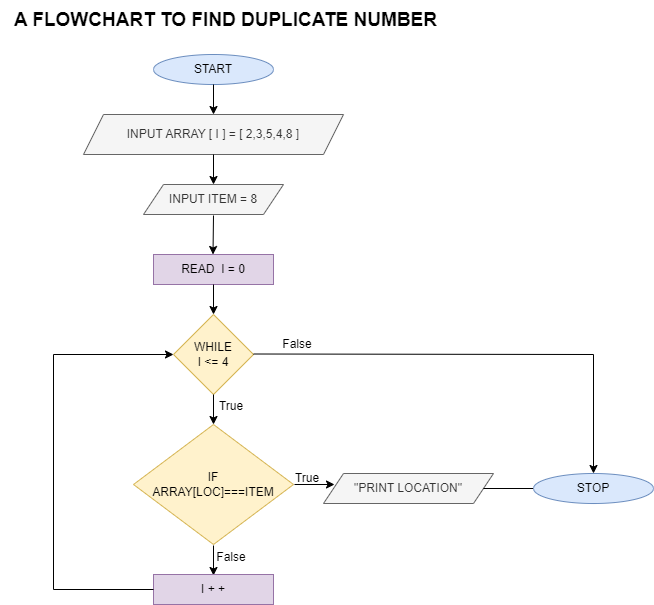
Before: shubhamk-Assign-03/Duplicate/duplicateFlowchart.png, a diagram exported from draw.io (careerinfotech10/algo). Source tidied: cells renumbered, new cells last; positions are measured from the earlier drawing's top-left corner, leaving out a move shared by most shapes. Its diagram source:
```xml
<mxGraphModel>
  <root>
    <mxCell id="0" />
    <mxCell id="1" parent="0" />
    <mxCell id="2" value="START" style="ellipse;whiteSpace=wrap;html=1;fillColor=#dae8fc;strokeColor=#6c8ebf;" parent="1" vertex="1">
      <mxGeometry x="153" y="54" width="120" height="30" as="geometry" />
    </mxCell>
    <mxCell id="3" style="endArrow=classic;html=1;rounded=0;exitX=0.5;exitY=1;exitDx=0;exitDy=0;" parent="1" edge="1" source="2">
      <mxGeometry relative="1" as="geometry">
        <mxPoint x="213" y="114" as="targetPoint" />
      </mxGeometry>
    </mxCell>
    <mxCell id="4" value="INPUT ARRAY [ I ] = [ 2,3,5,4,8 ]" style="shape=parallelogram;perimeter=parallelogramPerimeter;whiteSpace=wrap;html=1;fixedSize=1;fillColor=#f5f5f5;fontColor=#333333;strokeColor=#666666;" parent="1" vertex="1">
      <mxGeometry x="83" y="114" width="260" height="40" as="geometry" />
    </mxCell>
    <mxCell id="5" style="endArrow=classic;html=1;rounded=0;exitX=0.5;exitY=1;exitDx=0;exitDy=0;" parent="1" edge="1">
      <mxGeometry relative="1" as="geometry">
        <mxPoint x="213" y="154" as="sourcePoint" />
        <mxPoint x="213" y="184" as="targetPoint" />
      </mxGeometry>
    </mxCell>
    <mxCell id="6" value="IF &lt;br&gt;ARRAY[LOC]===ITEM" style="rhombus;whiteSpace=wrap;html=1;fillColor=#fff2cc;strokeColor=#d6b656;" parent="1" vertex="1">
      <mxGeometry x="133" y="424" width="160" height="120" as="geometry" />
    </mxCell>
    <mxCell id="7" style="endArrow=classic;html=1;rounded=0;exitX=0.5;exitY=1;exitDx=0;exitDy=0;" parent="1" edge="1">
      <mxGeometry relative="1" as="geometry">
        <mxPoint x="213" y="545" as="sourcePoint" />
        <mxPoint x="213" y="575" as="targetPoint" />
      </mxGeometry>
    </mxCell>
    <mxCell id="8" style="endArrow=classic;html=1;rounded=0;exitX=0.5;exitY=1;exitDx=0;exitDy=0;" parent="1" edge="1">
      <mxGeometry relative="1" as="geometry">
        <mxPoint x="294" y="484" as="sourcePoint" />
        <mxPoint x="334" y="484" as="targetPoint" />
      </mxGeometry>
    </mxCell>
    <mxCell id="9" value="&quot;PRINT LOCATION&quot;" style="shape=parallelogram;perimeter=parallelogramPerimeter;whiteSpace=wrap;html=1;fixedSize=1;fillColor=#f5f5f5;fontColor=#333333;strokeColor=#666666;" parent="1" vertex="1">
      <mxGeometry x="323" y="473" width="170" height="30" as="geometry" />
    </mxCell>
    <mxCell id="10" value="READ&amp;nbsp; I = 0" style="rounded=0;whiteSpace=wrap;html=1;fillColor=#e1d5e7;strokeColor=#9673a6;" parent="1" vertex="1">
      <mxGeometry x="153" y="254" width="120" height="30" as="geometry" />
    </mxCell>
    <mxCell id="11" style="endArrow=classic;html=1;rounded=0;exitX=0.5;exitY=1;exitDx=0;exitDy=0;" parent="1" edge="1">
      <mxGeometry relative="1" as="geometry">
        <mxPoint x="213" y="284" as="sourcePoint" />
        <mxPoint x="213" y="314" as="targetPoint" />
      </mxGeometry>
    </mxCell>
    <mxCell id="12" value="WHILE&lt;br&gt;I &amp;lt;= 4" style="rhombus;whiteSpace=wrap;html=1;fillColor=#fff2cc;strokeColor=#d6b656;" parent="1" vertex="1">
      <mxGeometry x="173" y="314" width="80" height="80" as="geometry" />
    </mxCell>
    <mxCell id="13" style="endArrow=classic;html=1;rounded=0;exitX=0.5;exitY=1;exitDx=0;exitDy=0;" parent="1" edge="1">
      <mxGeometry relative="1" as="geometry">
        <mxPoint x="213" y="394" as="sourcePoint" />
        <mxPoint x="213" y="424" as="targetPoint" />
      </mxGeometry>
    </mxCell>
    <mxCell id="14" value="I + +" style="rounded=0;whiteSpace=wrap;html=1;fillColor=#e1d5e7;strokeColor=#9673a6;" parent="1" vertex="1">
      <mxGeometry x="153" y="574" width="120" height="30" as="geometry" />
    </mxCell>
    <mxCell id="15" style="endArrow=classic;html=1;rounded=0;exitX=0.5;exitY=1;exitDx=0;exitDy=0;" parent="1" edge="1">
      <mxGeometry relative="1" as="geometry">
        <mxPoint x="213" y="215" as="sourcePoint" />
        <mxPoint x="212.5" y="254" as="targetPoint" />
      </mxGeometry>
    </mxCell>
    <mxCell id="16" value="True" style="text;html=1;strokeColor=none;fillColor=none;align=center;verticalAlign=middle;whiteSpace=wrap;rounded=0;" parent="1" vertex="1">
      <mxGeometry x="201" y="391" width="60" height="30" as="geometry" />
    </mxCell>
    <mxCell id="17" value="True" style="text;html=1;strokeColor=none;fillColor=none;align=center;verticalAlign=middle;whiteSpace=wrap;rounded=0;" parent="1" vertex="1">
      <mxGeometry x="277" y="463" width="60" height="30" as="geometry" />
    </mxCell>
    <mxCell id="18" value="False" style="text;html=1;strokeColor=none;fillColor=none;align=center;verticalAlign=middle;whiteSpace=wrap;rounded=0;" parent="1" vertex="1">
      <mxGeometry x="201" y="542" width="60" height="30" as="geometry" />
    </mxCell>
    <mxCell id="19" style="endArrow=none;html=1;rounded=0;exitX=0;exitY=0.5;exitDx=0;exitDy=0;" parent="1" edge="1" source="14">
      <mxGeometry relative="1" as="geometry">
        <mxPoint x="53" y="589" as="targetPoint" />
      </mxGeometry>
    </mxCell>
    <mxCell id="20" style="endArrow=none;html=1;rounded=0;" parent="1" edge="1">
      <mxGeometry relative="1" as="geometry">
        <mxPoint x="53" y="589" as="sourcePoint" />
        <mxPoint x="53" y="354" as="targetPoint" />
      </mxGeometry>
    </mxCell>
    <mxCell id="21" style="endArrow=classic;html=1;rounded=0;entryX=0;entryY=0.5;entryDx=0;entryDy=0;" parent="1" edge="1" target="12">
      <mxGeometry relative="1" as="geometry">
        <mxPoint x="53" y="354" as="sourcePoint" />
      </mxGeometry>
    </mxCell>
    <mxCell id="22" style="endArrow=classic;html=1;rounded=0;entryX=0.5;entryY=0;entryDx=0;entryDy=0;" parent="1" edge="1" target="24">
      <mxGeometry relative="1" as="geometry">
        <mxPoint x="593" y="354" as="sourcePoint" />
      </mxGeometry>
    </mxCell>
    <mxCell id="23" style="endArrow=none;html=1;rounded=0;exitX=1;exitY=0.5;exitDx=0;exitDy=0;" parent="1" edge="1" source="9">
      <mxGeometry relative="1" as="geometry">
        <mxPoint x="533" y="488" as="targetPoint" />
      </mxGeometry>
    </mxCell>
    <mxCell id="24" value="STOP" style="ellipse;whiteSpace=wrap;html=1;fillColor=#dae8fc;strokeColor=#6c8ebf;" parent="1" vertex="1">
      <mxGeometry x="533" y="473" width="120" height="30" as="geometry" />
    </mxCell>
    <mxCell id="25" value="False" style="text;html=1;strokeColor=none;fillColor=none;align=center;verticalAlign=middle;whiteSpace=wrap;rounded=0;" parent="1" vertex="1">
      <mxGeometry x="267" y="329" width="60" height="30" as="geometry" />
    </mxCell>
    <mxCell id="26" value="INPUT ITEM = 8" style="shape=parallelogram;perimeter=parallelogramPerimeter;whiteSpace=wrap;html=1;fixedSize=1;fillColor=#f5f5f5;fontColor=#333333;strokeColor=#666666;" parent="1" vertex="1">
      <mxGeometry x="143" y="184" width="140" height="30" as="geometry" />
    </mxCell>
    <mxCell id="27" style="endArrow=none;html=1;rounded=0;" parent="1" edge="1">
      <mxGeometry relative="1" as="geometry">
        <mxPoint x="593" y="354" as="sourcePoint" />
        <mxPoint x="253" y="353.5" as="targetPoint" />
      </mxGeometry>
    </mxCell>
    <mxCell id="28" value="&lt;b&gt;&lt;font style=&quot;font-size: 19px;&quot;&gt;A FLOWCHART TO FIND DUPLICATE NUMBER&lt;/font&gt;&lt;/b&gt;" style="text;html=1;align=center;verticalAlign=middle;strokeColor=none;fillColor=none;" parent="1" vertex="1">
      <mxGeometry width="450" height="40" as="geometry" />
    </mxCell>
  </root>
</mxGraphModel>
```
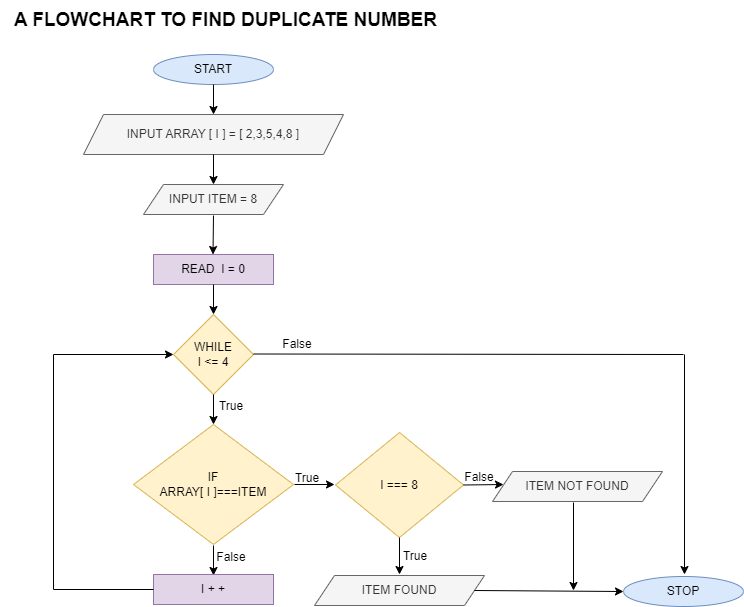
The same diagram one commit later.

Diff of the diagram source:
```diff
@@ -19,7 +19,7 @@
         <mxPoint x="213" y="184" as="targetPoint" />
       </mxGeometry>
     </mxCell>
-    <mxCell id="6" value="IF &lt;br&gt;ARRAY[LOC]===ITEM" style="rhombus;whiteSpace=wrap;html=1;fillColor=#fff2cc;strokeColor=#d6b656;" parent="1" vertex="1">
+    <mxCell id="6" value="IF &lt;br&gt;ARRAY[ I ]===ITEM" style="rhombus;whiteSpace=wrap;html=1;fillColor=#fff2cc;strokeColor=#d6b656;" parent="1" vertex="1">
       <mxGeometry x="133" y="424" width="160" height="120" as="geometry" />
     </mxCell>
     <mxCell id="7" style="endArrow=classic;html=1;rounded=0;exitX=0.5;exitY=1;exitDx=0;exitDy=0;" parent="1" edge="1">
@@ -34,8 +34,8 @@
         <mxPoint x="334" y="484" as="targetPoint" />
       </mxGeometry>
     </mxCell>
-    <mxCell id="9" value="&quot;PRINT LOCATION&quot;" style="shape=parallelogram;perimeter=parallelogramPerimeter;whiteSpace=wrap;html=1;fixedSize=1;fillColor=#f5f5f5;fontColor=#333333;strokeColor=#666666;" parent="1" vertex="1">
-      <mxGeometry x="323" y="473" width="170" height="30" as="geometry" />
+    <mxCell id="9" value="ITEM FOUND" style="shape=parallelogram;perimeter=parallelogramPerimeter;whiteSpace=wrap;html=1;fixedSize=1;fillColor=#f5f5f5;fontColor=#333333;strokeColor=#666666;" parent="1" vertex="1">
+      <mxGeometry x="314" y="575" width="170" height="30" as="geometry" />
     </mxCell>
     <mxCell id="10" value="READ&amp;nbsp; I = 0" style="rounded=0;whiteSpace=wrap;html=1;fillColor=#e1d5e7;strokeColor=#9673a6;" parent="1" vertex="1">
       <mxGeometry x="153" y="254" width="120" height="30" as="geometry" />
@@ -89,18 +89,14 @@
         <mxPoint x="53" y="354" as="sourcePoint" />
       </mxGeometry>
     </mxCell>
-    <mxCell id="22" style="endArrow=classic;html=1;rounded=0;entryX=0.5;entryY=0;entryDx=0;entryDy=0;" parent="1" edge="1" target="24">
+    <mxCell id="22" style="endArrow=classic;html=1;rounded=0;" parent="1" edge="1">
       <mxGeometry relative="1" as="geometry">
-        <mxPoint x="593" y="354" as="sourcePoint" />
+        <mxPoint x="684" y="354" as="sourcePoint" />
+        <mxPoint x="684" y="574" as="targetPoint" />
       </mxGeometry>
     </mxCell>
-    <mxCell id="23" style="endArrow=none;html=1;rounded=0;exitX=1;exitY=0.5;exitDx=0;exitDy=0;" parent="1" edge="1" source="9">
-      <mxGeometry relative="1" as="geometry">
-        <mxPoint x="533" y="488" as="targetPoint" />
-      </mxGeometry>
-    </mxCell>
     <mxCell id="24" value="STOP" style="ellipse;whiteSpace=wrap;html=1;fillColor=#dae8fc;strokeColor=#6c8ebf;" parent="1" vertex="1">
-      <mxGeometry x="533" y="473" width="120" height="30" as="geometry" />
+      <mxGeometry x="623" y="576" width="120" height="30" as="geometry" />
     </mxCell>
     <mxCell id="25" value="False" style="text;html=1;strokeColor=none;fillColor=none;align=center;verticalAlign=middle;whiteSpace=wrap;rounded=0;" parent="1" vertex="1">
       <mxGeometry x="267" y="329" width="60" height="30" as="geometry" />
@@ -110,12 +106,43 @@
     </mxCell>
     <mxCell id="27" style="endArrow=none;html=1;rounded=0;" parent="1" edge="1">
       <mxGeometry relative="1" as="geometry">
-        <mxPoint x="593" y="354" as="sourcePoint" />
+        <mxPoint x="683" y="354" as="sourcePoint" />
         <mxPoint x="253" y="353.5" as="targetPoint" />
       </mxGeometry>
     </mxCell>
     <mxCell id="28" value="&lt;b&gt;&lt;font style=&quot;font-size: 19px;&quot;&gt;A FLOWCHART TO FIND DUPLICATE NUMBER&lt;/font&gt;&lt;/b&gt;" style="text;html=1;align=center;verticalAlign=middle;strokeColor=none;fillColor=none;" parent="1" vertex="1">
       <mxGeometry width="450" height="40" as="geometry" />
     </mxCell>
+    <mxCell id="29" value="I === 8" style="rhombus;whiteSpace=wrap;html=1;fillColor=#fff2cc;strokeColor=#d6b656;" parent="1" vertex="1">
+      <mxGeometry x="335" y="432" width="128" height="105" as="geometry" />
+    </mxCell>
+    <mxCell id="30" value="False" style="text;html=1;strokeColor=none;fillColor=none;align=center;verticalAlign=middle;whiteSpace=wrap;rounded=0;" parent="1" vertex="1">
+      <mxGeometry x="449" y="462" width="60" height="30" as="geometry" />
+    </mxCell>
+    <mxCell id="31" value="True" style="text;html=1;strokeColor=none;fillColor=none;align=center;verticalAlign=middle;whiteSpace=wrap;rounded=0;" parent="1" vertex="1">
+      <mxGeometry x="385" y="541" width="60" height="30" as="geometry" />
+    </mxCell>
+    <mxCell id="32" style="endArrow=classic;html=1;rounded=0;exitX=0.5;exitY=1;exitDx=0;exitDy=0;" parent="1" edge="1" source="29">
+      <mxGeometry relative="1" as="geometry">
+        <mxPoint x="399" y="574" as="targetPoint" />
+      </mxGeometry>
+    </mxCell>
+    <mxCell id="33" style="endArrow=classic;html=1;rounded=0;exitX=1;exitY=0.5;exitDx=0;exitDy=0;" parent="1" edge="1" source="29">
+      <mxGeometry relative="1" as="geometry">
+        <mxPoint x="503" y="484" as="targetPoint" />
+      </mxGeometry>
+    </mxCell>
+    <mxCell id="34" value="ITEM NOT FOUND" style="shape=parallelogram;perimeter=parallelogramPerimeter;whiteSpace=wrap;html=1;fixedSize=1;fillColor=#f5f5f5;fontColor=#333333;strokeColor=#666666;" parent="1" vertex="1">
+      <mxGeometry x="492" y="471" width="170" height="30" as="geometry" />
+    </mxCell>
+    <mxCell id="35" style="endArrow=classic;html=1;rounded=0;exitX=1;exitY=0.5;exitDx=0;exitDy=0;entryX=0;entryY=0.5;entryDx=0;entryDy=0;" parent="1" edge="1" source="9" target="24">
+      <mxGeometry relative="1" as="geometry" />
+    </mxCell>
+    <mxCell id="36" style="endArrow=classic;html=1;rounded=0;" parent="1" edge="1">
+      <mxGeometry relative="1" as="geometry">
+        <mxPoint x="573" y="502" as="sourcePoint" />
+        <mxPoint x="573" y="590" as="targetPoint" />
+      </mxGeometry>
+    </mxCell>
   </root>
 </mxGraphModel>
```
